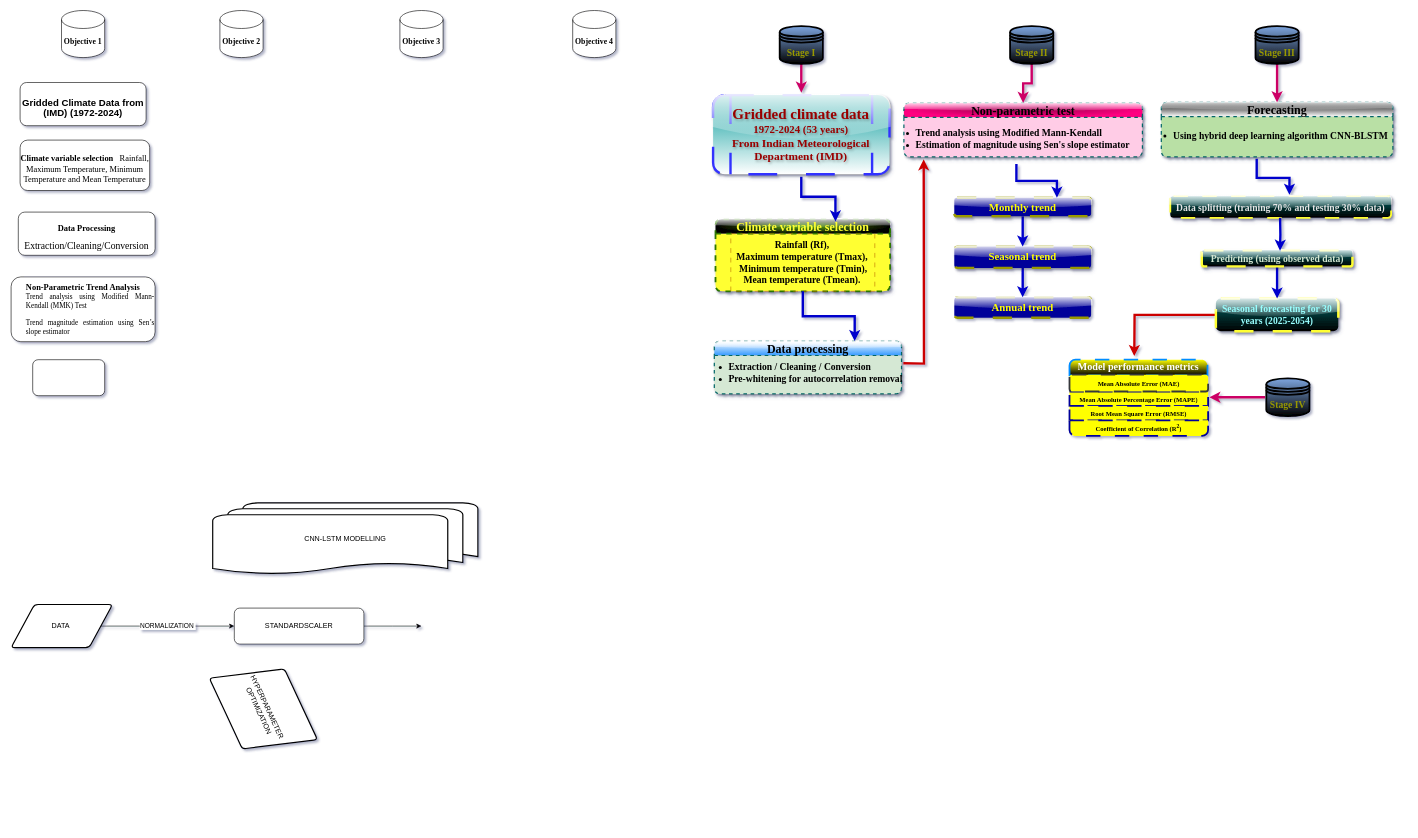
This is Untitled Diagram.drawio from Daawarb/Daawarb, a draw.io file, before an edit. Source tidied: cells renumbered, new cells numbered last; positions are measured from the earlier drawing's top-left corner, leaving out a move shared by most shapes. Both pictures are drawn from the tidied source at 60%, with x=0, y=0 at pixel (11, 10).
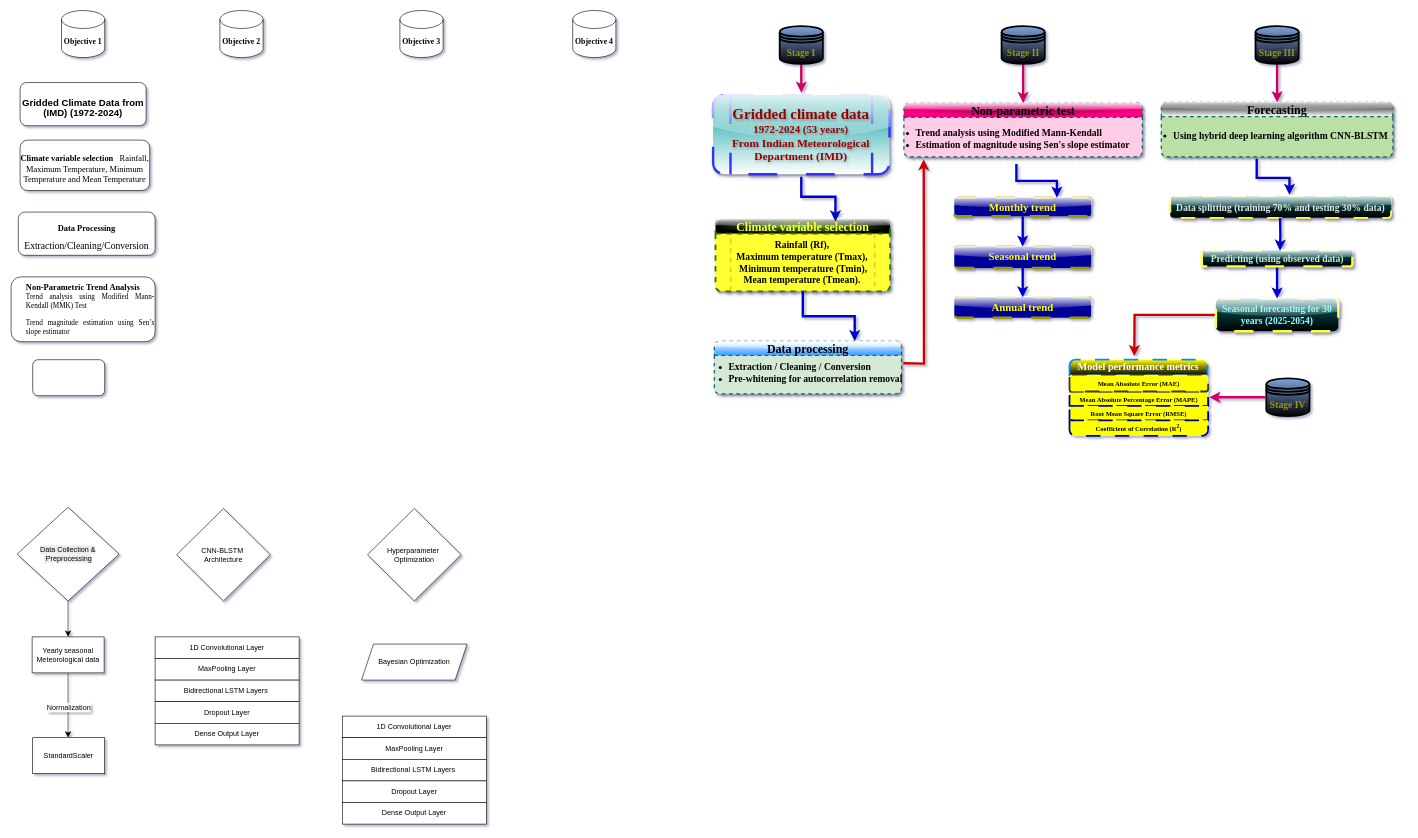
The same page after the edit.

The edit, as a diff of the source:
```diff
@@
     <mxCell id="40" value="&lt;font face=&quot;Garamond&quot; style=&quot;font-size: 16px;&quot;&gt;&lt;b style=&quot;&quot;&gt;Stage II&lt;/b&gt;&lt;/font&gt;" style="shape=datastore;whiteSpace=wrap;html=1;fillColor=#7EA6E0;gradientColor=default;fillStyle=auto;strokeWidth=3;shadow=0;fontColor=#999900;" parent="1" vertex="1">
-      <mxGeometry x="1665" y="26" width="72" height="63" as="geometry" />
+      <mxGeometry x="1650.8" y="26" width="72" height="63" as="geometry" />
     </mxCell>
@@
-    <mxCell id="59" value="CNN-LSTM MODELLING" style="strokeWidth=2;html=1;shape=mxgraph.flowchart.multi-document;whiteSpace=wrap;rotation=0;" parent="1" vertex="1">
-      <mxGeometry x="336" y="820.5" width="442" height="120" as="geometry" />
-    </mxCell>
-    <mxCell id="60" value="NORMALIZATION&amp;nbsp;" style="edgeStyle=orthogonalEdgeStyle;rounded=0;jettySize=auto;html=1;" parent="1" edge="1" source="61">
-      <mxGeometry relative="1" as="geometry">
-        <mxPoint x="372" y="1026" as="targetPoint" />
-      </mxGeometry>
-    </mxCell>
-    <mxCell id="61" value="DATA&amp;nbsp;" style="shape=parallelogram;html=1;strokeWidth=2;perimeter=parallelogramPerimeter;whiteSpace=wrap;rounded=1;arcSize=12;size=0.23;" parent="1" vertex="1">
-      <mxGeometry y="990" width="169" height="72" as="geometry" />
-    </mxCell>
-    <mxCell id="62" value="HYPERPARAMETER OPTIMIZATION" style="shape=parallelogram;html=1;strokeWidth=2;perimeter=parallelogramPerimeter;whiteSpace=wrap;rounded=1;arcSize=12;size=0.23;rotation=65;" parent="1" vertex="1">
-      <mxGeometry x="336" y="1104" width="169" height="120" as="geometry" />
-    </mxCell>
-    <mxCell id="63" style="edgeStyle=orthogonalEdgeStyle;rounded=0;jettySize=auto;html=1;entryX=0;entryY=0.5;entryDx=0;entryDy=0;" parent="1" edge="1" source="64">
-      <mxGeometry relative="1" as="geometry">
-        <mxPoint x="684" y="1026" as="targetPoint" />
-      </mxGeometry>
-    </mxCell>
-    <mxCell id="64" value="STANDARDSCALER" style="rounded=1;whiteSpace=wrap;html=1;" parent="1" vertex="1">
-      <mxGeometry x="372" y="996" width="216" height="60" as="geometry" />
-    </mxCell>
+    <mxCell id="65" style="edgeStyle=none;curved=1;rounded=0;jettySize=auto;html=1;fontSize=12;startSize=8;endSize=8;" parent="1" edge="1" source="66" target="69">
+      <mxGeometry relative="1" as="geometry" />
+    </mxCell>
+    <mxCell id="66" value="&lt;br&gt;&lt;span style=&quot;color: rgb(0, 0, 0); font-family: Helvetica; font-size: 12px; font-style: normal; font-variant-ligatures: normal; font-variant-caps: normal; font-weight: 400; letter-spacing: normal; orphans: 2; text-align: center; text-indent: 0px; text-transform: none; widows: 2; word-spacing: 0px; -webkit-text-stroke-width: 0px; white-space: normal; background-color: rgb(236, 236, 236); text-decoration-thickness: initial; text-decoration-style: initial; text-decoration-color: initial; float: none; display: inline !important;&quot;&gt;Data Collection &amp;amp;&lt;/span&gt;&lt;div&gt;&lt;span style=&quot;color: rgb(0, 0, 0); font-family: Helvetica; font-size: 12px; font-style: normal; font-variant-ligatures: normal; font-variant-caps: normal; font-weight: 400; letter-spacing: normal; orphans: 2; text-align: center; text-indent: 0px; text-transform: none; widows: 2; word-spacing: 0px; -webkit-text-stroke-width: 0px; white-space: normal; background-color: rgb(236, 236, 236); text-decoration-thickness: initial; text-decoration-style: initial; text-decoration-color: initial; float: none; display: inline !important;&quot;&gt;&amp;nbsp;Preprocessing&lt;/span&gt;&lt;br&gt;&lt;br&gt;&lt;/div&gt;" style="rhombus;whiteSpace=wrap;html=1;dashed=0;" parent="1" vertex="1">
+      <mxGeometry x="10" y="828" width="170" height="156" as="geometry" />
+    </mxCell>
+    <mxCell id="67" style="edgeStyle=none;curved=1;rounded=0;jettySize=auto;html=1;fontSize=12;startSize=8;endSize=8;" parent="1" edge="1" source="69">
+      <mxGeometry relative="1" as="geometry">
+        <mxPoint x="95" y="1212" as="targetPoint" />
+      </mxGeometry>
+    </mxCell>
+    <mxCell id="68" value="Normalization" style="edgeLabel;html=1;align=center;verticalAlign=middle;fontSize=12;" parent="67" vertex="1">
+      <mxGeometry x="0.06" relative="1" as="geometry" />
+    </mxCell>
+    <mxCell id="69" value="Yearly seasonal Meteorological data" style="whiteSpace=wrap;html=1;dashed=0;" parent="1" vertex="1">
+      <mxGeometry x="35" y="1044" width="120" height="60" as="geometry" />
+    </mxCell>
+    <mxCell id="70" value="StandardScaler" style="whiteSpace=wrap;html=1;dashed=0;" parent="1" vertex="1">
+      <mxGeometry x="36" y="1212" width="120" height="60" as="geometry" />
+    </mxCell>
+    <mxCell id="71" value="CNN-BLSTM&amp;nbsp;&lt;div&gt;Architecture&lt;/div&gt;" style="rhombus;whiteSpace=wrap;html=1;" parent="1" vertex="1">
+      <mxGeometry x="276" y="830" width="156" height="154" as="geometry" />
+    </mxCell>
+    <mxCell id="72" value="1D Convolutional Layer" style="whiteSpace=wrap;html=1;" parent="1" vertex="1">
+      <mxGeometry x="240" y="1044" width="240" height="36" as="geometry" />
+    </mxCell>
+    <mxCell id="73" value="MaxPooling Layer" style="whiteSpace=wrap;html=1;" parent="1" vertex="1">
+      <mxGeometry x="240" y="1080" width="240" height="36" as="geometry" />
+    </mxCell>
+    <mxCell id="74" value="Bidirectional LSTM Layers&amp;nbsp;" style="whiteSpace=wrap;html=1;" parent="1" vertex="1">
+      <mxGeometry x="240" y="1116" width="240" height="36" as="geometry" />
+    </mxCell>
+    <mxCell id="75" value="Dropout Layer" style="whiteSpace=wrap;html=1;" parent="1" vertex="1">
+      <mxGeometry x="240" y="1152" width="240" height="36" as="geometry" />
+    </mxCell>
+    <mxCell id="76" value="Dense Output Layer" style="whiteSpace=wrap;html=1;" parent="1" vertex="1">
+      <mxGeometry x="240" y="1188" width="240" height="36" as="geometry" />
+    </mxCell>
+    <mxCell id="77" value="Hyperparameter&amp;nbsp;&lt;div&gt;Optimization&lt;/div&gt;" style="rhombus;whiteSpace=wrap;html=1;" parent="1" vertex="1">
+      <mxGeometry x="594" y="830" width="156" height="154" as="geometry" />
+    </mxCell>
+    <mxCell id="78" value="Bayesian Optimization" style="shape=parallelogram;perimeter=parallelogramPerimeter;whiteSpace=wrap;html=1;fixedSize=1;" parent="1" vertex="1">
+      <mxGeometry x="584" y="1056" width="176" height="60" as="geometry" />
+    </mxCell>
+    <mxCell id="79" value="1D Convolutional Layer" style="whiteSpace=wrap;html=1;" parent="1" vertex="1">
+      <mxGeometry x="552" y="1176" width="240" height="36" as="geometry" />
+    </mxCell>
+    <mxCell id="80" value="MaxPooling Layer" style="whiteSpace=wrap;html=1;" parent="1" vertex="1">
+      <mxGeometry x="552" y="1212" width="240" height="36" as="geometry" />
+    </mxCell>
+    <mxCell id="81" value="Bidirectional LSTM Layers&amp;nbsp;" style="whiteSpace=wrap;html=1;" parent="1" vertex="1">
+      <mxGeometry x="552" y="1248" width="240" height="36" as="geometry" />
+    </mxCell>
+    <mxCell id="82" value="Dropout Layer" style="whiteSpace=wrap;html=1;" parent="1" vertex="1">
+      <mxGeometry x="552" y="1284" width="240" height="36" as="geometry" />
+    </mxCell>
+    <mxCell id="83" value="Dense Output Layer" style="whiteSpace=wrap;html=1;" parent="1" vertex="1">
+      <mxGeometry x="552" y="1320" width="240" height="36" as="geometry" />
+    </mxCell>
```
